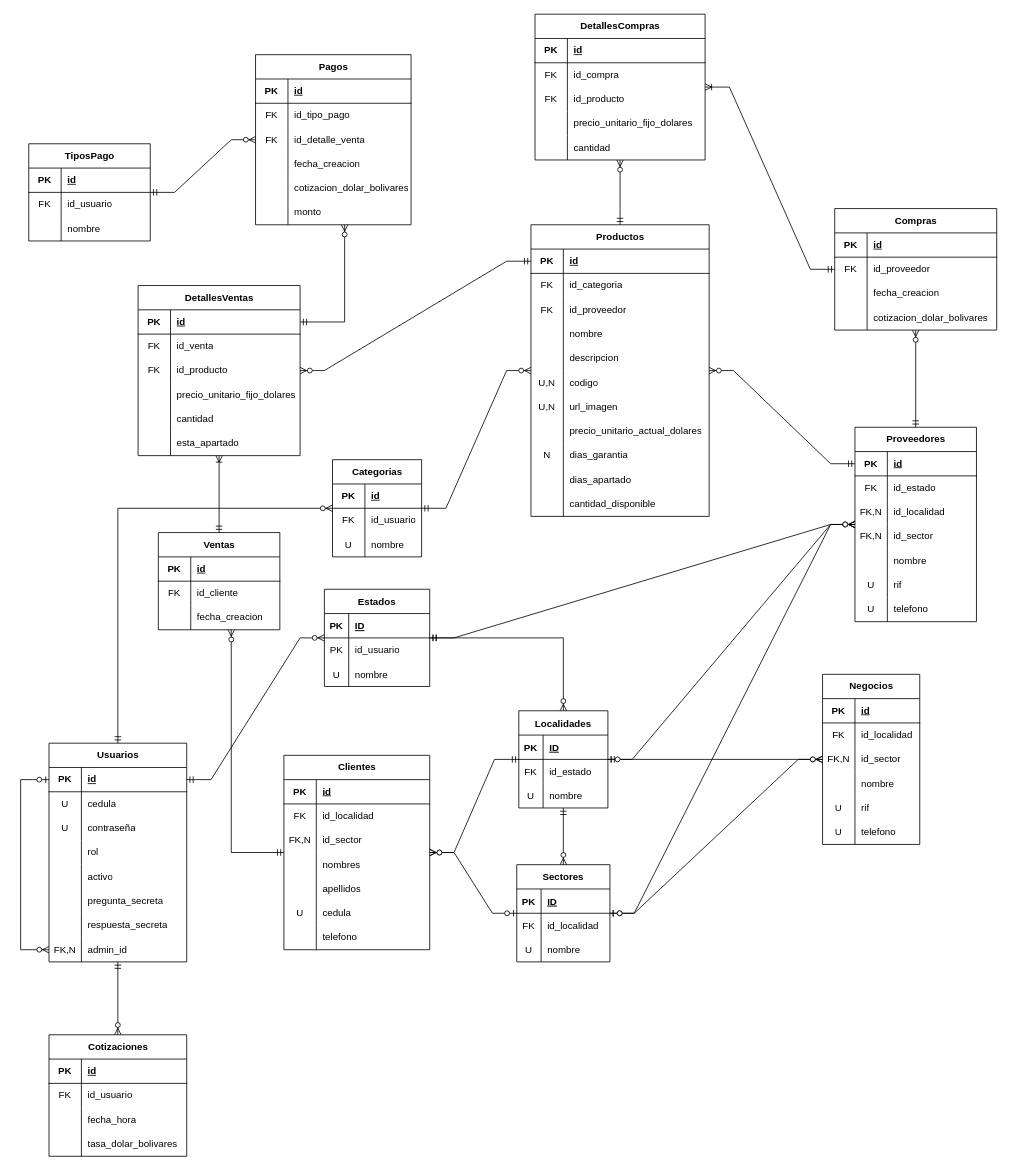
Aime309/sitcav keeps this draw.io diagram as docs/Diagramas.drawio. Above is the earlier version. Source tidied: cells renumbered, new cells numbered last; positions are measured from the earlier drawing's top-left corner, leaving out a move shared by most shapes. Both pictures are drawn from the tidied source at 81%, with x=0, y=0 at pixel (20, 14).
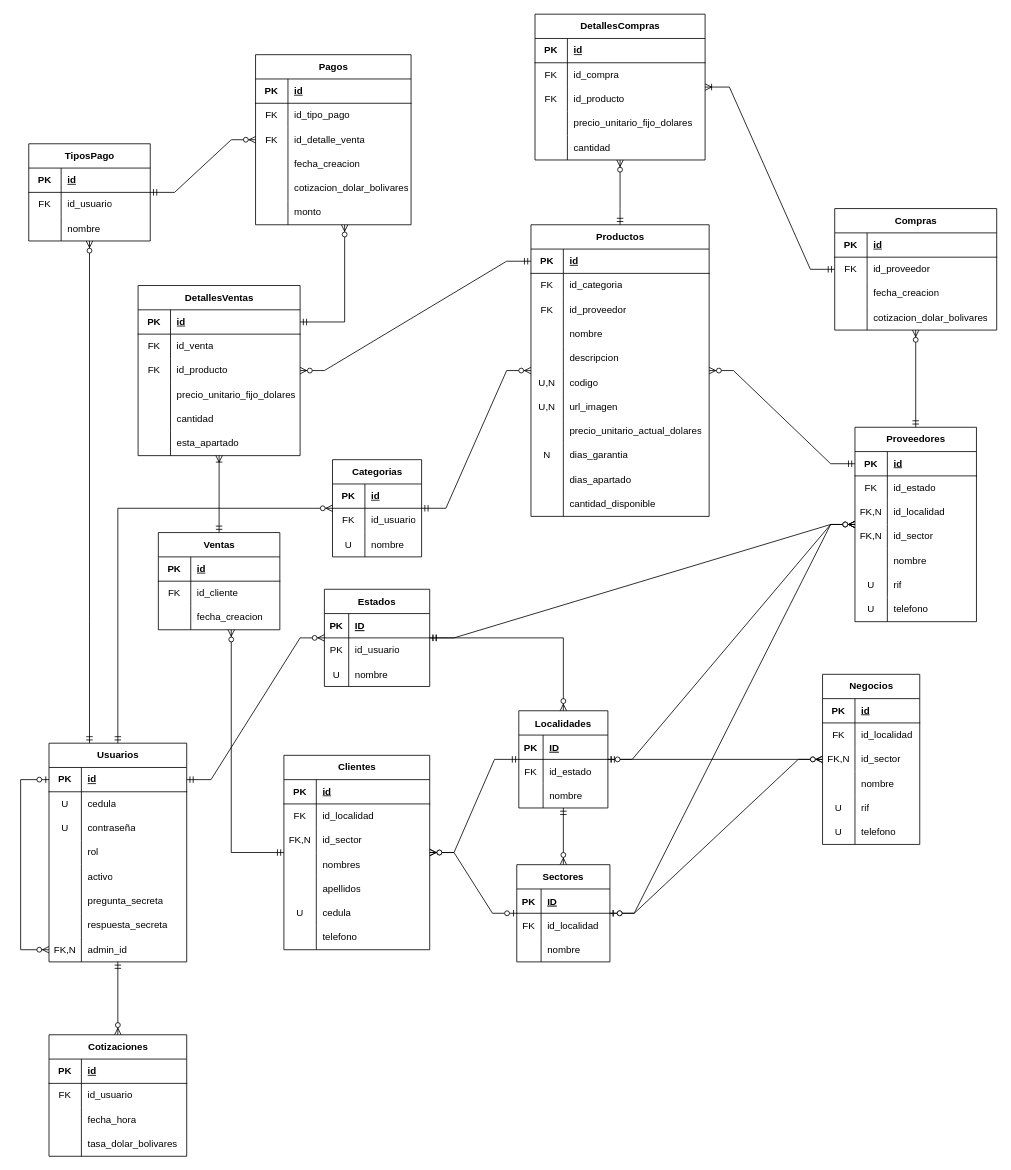
After the change.

Commit message (it also covers changes not shown here):
Añadidas restricciones únicas en localidades y sectores

The change refers to these unchanged cells:
```xml
<mxCell id="2" value="Usuarios" style="shape=table;startSize=30;childLayout=tableLayout;rowLines=0;fontStyle=1;align=center;html=1;" parent="1" vertex="1">
  <mxGeometry x="35" y="900" width="170" height="270" as="geometry" />
</mxCell>
<mxCell id="67" style="shape=tableRow;horizontal=0;startSize=0;swimlaneHead=0;swimlaneBody=0;fillColor=none;top=0;left=0;right=0;bottom=0;" parent="60" vertex="1">
  <mxGeometry y="90" width="110" height="30" as="geometry" />
</mxCell>
<mxCell id="77" style="shape=tableRow;horizontal=0;startSize=0;swimlaneHead=0;swimlaneBody=0;fillColor=none;top=0;left=0;right=0;bottom=0;" parent="70" vertex="1">
  <mxGeometry y="90" width="115" height="30" as="geometry" />
</mxCell>
<mxCell id="236" value="TiposPago" style="shape=table;startSize=30;childLayout=tableLayout;rowLines=0;fontStyle=1;align=center;html=1;" parent="1" vertex="1">
  <mxGeometry x="10" y="160" width="150" height="120" as="geometry" />
</mxCell>
```

Diff of the diagram source:
```diff
@@
-    <mxCell id="68" value="U" style="shape=partialRectangle;fillColor=none;top=0;left=0;bottom=0;right=0;overflow=hidden;" parent="67" vertex="1">
+    <mxCell id="68" style="shape=partialRectangle;fillColor=none;top=0;left=0;bottom=0;right=0;overflow=hidden;" parent="67" vertex="1">
       <mxGeometry width="30" height="30" as="geometry" />
     </mxCell>
@@
-    <mxCell id="78" value="U" style="shape=partialRectangle;fillColor=none;top=0;left=0;bottom=0;right=0;overflow=hidden;" parent="77" vertex="1">
+    <mxCell id="78" style="shape=partialRectangle;fillColor=none;top=0;left=0;bottom=0;right=0;overflow=hidden;" parent="77" vertex="1">
       <mxGeometry width="30" height="30" as="geometry" />
     </mxCell>
@@
+    <mxCell id="287" style="fontSize=12;html=1;endArrow=ERzeroToMany;startArrow=ERmandOne;rounded=0;edgeStyle=orthogonalEdgeStyle;" parent="1" edge="1" source="2" target="236">
+      <mxGeometry relative="1" as="geometry">
+        <Array as="points">
+          <mxPoint x="85" y="750" />
+          <mxPoint x="85" y="750" />
+        </Array>
+      </mxGeometry>
+    </mxCell>
```
